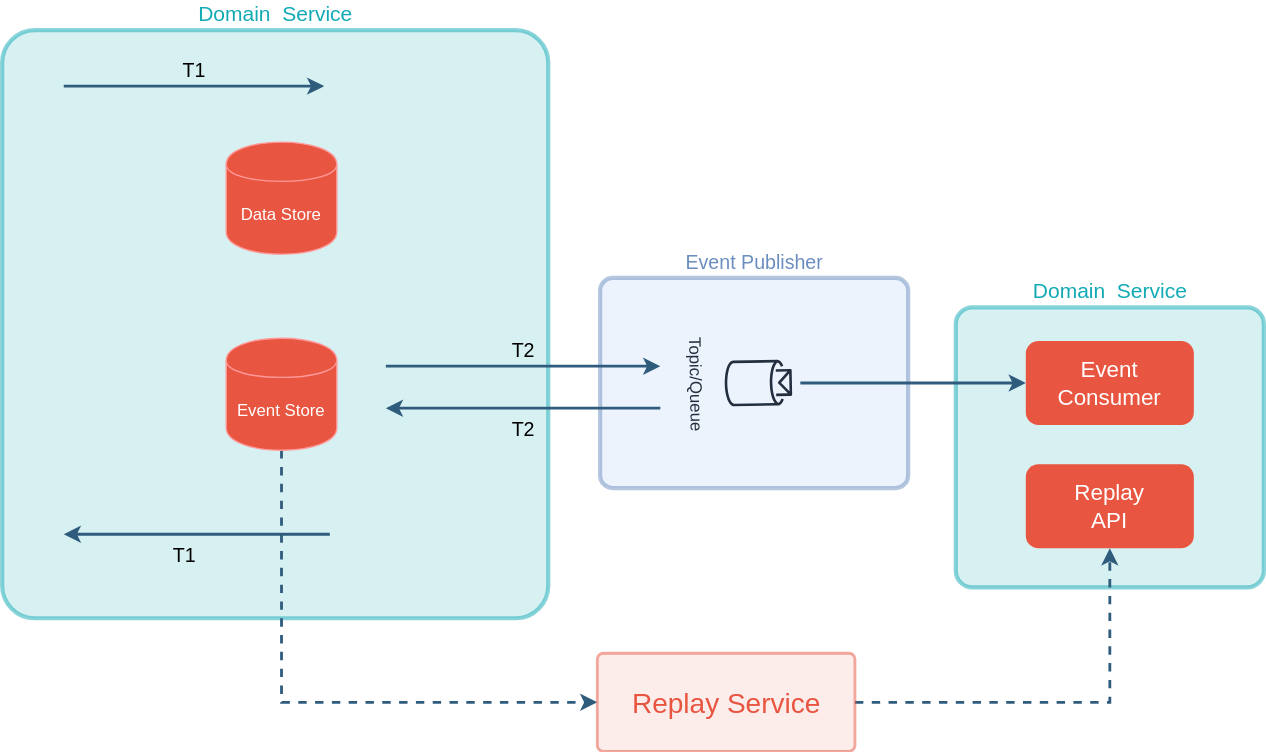
Before: event-publish-patterns/event-store-and-publishing.svg, a diagram exported from draw.io (jinternals/architecture-design). Source tidied: cells renumbered, new cells last; positions are measured from the earlier drawing's top-left corner, leaving out a move shared by most shapes. Source of this version:
```xml
<mxGraphModel>
  <root>
    <mxCell id="0" />
    <mxCell id="1" parent="0" />
    <mxCell id="2" value="&lt;font style=&quot;font-size: 14px&quot; color=&quot;#6c8ebf&quot;&gt;Event Publisher&lt;/font&gt;" style="rounded=1;fillColor=#DAE8FC;strokeWidth=3;html=1;strokeColor=#6C8EBF;arcSize=6;opacity=50;labelPosition=center;verticalLabelPosition=top;align=center;verticalAlign=bottom;" parent="1" vertex="1">
      <mxGeometry x="427" y="177" width="220" height="150" as="geometry" />
    </mxCell>
    <mxCell id="3" value="&lt;font style=&quot;font-size: 15px&quot; color=&quot;#12aab5&quot;&gt;Domain&amp;nbsp; Service&lt;/font&gt;" style="rounded=1;fillColor=#B0E3E6;strokeWidth=3;html=1;arcSize=6;opacity=50;verticalAlign=bottom;strokeColor=#12AAB5;labelPosition=center;verticalLabelPosition=top;align=center;" parent="1" vertex="1">
      <mxGeometry x="681" y="198" width="220" height="200" as="geometry" />
    </mxCell>
    <mxCell id="4" value="&lt;font style=&quot;font-size: 15px&quot; color=&quot;#12aab5&quot;&gt;Domain&amp;nbsp; Service&lt;/font&gt;" style="rounded=1;fillColor=#B0E3E6;strokeWidth=3;html=1;arcSize=6;opacity=50;verticalAlign=bottom;strokeColor=#12AAB5;labelPosition=center;verticalLabelPosition=top;align=center;" parent="1" vertex="1">
      <mxGeometry width="390" height="420" as="geometry" />
    </mxCell>
    <mxCell id="5" value="T1" style="endArrow=classic;html=1;align=center;strokeWidth=2;labelBackgroundColor=none;labelPosition=center;verticalLabelPosition=top;verticalAlign=bottom;fontSize=14;strokeColor=#2F5B7C;" parent="1" edge="1">
      <mxGeometry relative="1" as="geometry">
        <mxPoint x="44" y="40" as="sourcePoint" />
        <mxPoint x="230" y="40" as="targetPoint" />
      </mxGeometry>
    </mxCell>
    <mxCell id="6" style="endArrow=classic;html=1;align=center;strokeWidth=2;strokeColor=#2F5B7C;labelPosition=center;verticalLabelPosition=bottom;verticalAlign=top;labelBackgroundColor=none;fontSize=19;" parent="1" edge="1">
      <mxGeometry relative="1" as="geometry">
        <mxPoint x="234" y="360" as="sourcePoint" />
        <mxPoint x="44" y="360" as="targetPoint" />
      </mxGeometry>
    </mxCell>
    <mxCell id="7" value="T1" style="edgeLabel;html=1;align=center;verticalAlign=top;fontSize=14;fontColor=#000000;labelPosition=center;verticalLabelPosition=bottom;labelBackgroundColor=none;" parent="6" vertex="1">
      <mxGeometry x="-0.08" relative="1" as="geometry">
        <mxPoint x="-17" as="offset" />
      </mxGeometry>
    </mxCell>
    <mxCell id="8" style="edgeStyle=orthogonalEdgeStyle;rounded=0;jettySize=auto;html=1;exitX=0.5;exitY=1;exitDx=0;exitDy=0;entryX=0.5;entryY=1;entryDx=0;entryDy=0;startArrow=none;startFill=0;endArrow=classic;endFill=1;strokeWidth=2;dashed=1;strokeColor=#2F5B7C;" parent="1" edge="1" source="11" target="15">
      <mxGeometry relative="1" as="geometry">
        <Array as="points">
          <mxPoint x="200" y="480" />
          <mxPoint x="353" y="480" />
        </Array>
      </mxGeometry>
    </mxCell>
    <mxCell id="9" value="Topic/Queue&lt;br&gt;" style="fontColor=#232F3E;gradientColor=none;strokeColor=#232F3E;dashed=0;verticalLabelPosition=bottom;verticalAlign=top;align=center;html=1;fontSize=12;fontStyle=0;shape=mxgraph.aws4.resourceIcon;resIcon=mxgraph.aws4.topic_2;rotation=89;labelPosition=center;fillColor=none;" parent="1" vertex="1">
      <mxGeometry x="510" y="222" width="60" height="60" as="geometry" />
    </mxCell>
    <mxCell id="10" value="&lt;font color=&quot;#ffffff&quot;&gt;&lt;span style=&quot;font-size: 16px&quot;&gt;Event Consumer&lt;/span&gt;&lt;/font&gt;" style="rounded=1;whiteSpace=wrap;html=1;strokeWidth=2;fillColor=#E85642;strokeColor=none;" parent="1" vertex="1">
      <mxGeometry x="731" y="222" width="120" height="60" as="geometry" />
    </mxCell>
    <mxCell id="11" value="&lt;font color=&quot;#ffffff&quot;&gt;Event Store&lt;/font&gt;" style="shape=cylinder;whiteSpace=wrap;html=1;boundedLbl=1;backgroundOutline=1;strokeColor=#FF9999;fillColor=#E85642;" parent="1" vertex="1">
      <mxGeometry x="160" y="220" width="79" height="80" as="geometry" />
    </mxCell>
    <mxCell id="12" value="&lt;font color=&quot;#ffffff&quot;&gt;Data Store&lt;/font&gt;" style="shape=cylinder;whiteSpace=wrap;html=1;boundedLbl=1;backgroundOutline=1;strokeColor=#FF9999;fillColor=#E85642;" parent="1" vertex="1">
      <mxGeometry x="160" y="80" width="79" height="80" as="geometry" />
    </mxCell>
    <mxCell id="13" value="&lt;font color=&quot;#ffffff&quot;&gt;&lt;span style=&quot;font-size: 16px&quot;&gt;Replay &lt;br&gt;API&lt;/span&gt;&lt;/font&gt;" style="rounded=1;whiteSpace=wrap;html=1;strokeWidth=2;fillColor=#E85642;strokeColor=none;" parent="1" vertex="1">
      <mxGeometry x="731" y="310" width="120" height="60" as="geometry" />
    </mxCell>
    <mxCell id="14" style="edgeStyle=orthogonalEdgeStyle;rounded=0;jettySize=auto;html=1;exitX=0.5;exitY=0;exitDx=0;exitDy=0;entryX=0.5;entryY=1;entryDx=0;entryDy=0;dashed=1;labelBackgroundColor=none;fontSize=14;fontColor=#000000;strokeColor=#2F5B7C;strokeWidth=2;" parent="1" edge="1" source="15" target="13">
      <mxGeometry relative="1" as="geometry" />
    </mxCell>
    <mxCell id="15" value="&lt;font color=&quot;#e85642&quot; style=&quot;font-size: 20px&quot;&gt;Replay Service&lt;/font&gt;" style="rounded=1;fillColor=#fad9d5;strokeWidth=2;html=1;strokeColor=#E85642;arcSize=6;opacity=50;verticalAlign=middle;horizontal=0;fontSize=20;rotation=90;" parent="1" vertex="1">
      <mxGeometry x="482" y="388" width="70" height="184" as="geometry" />
    </mxCell>
    <mxCell id="16" style="edgeStyle=orthogonalEdgeStyle;rounded=0;jettySize=auto;html=1;exitX=0;exitY=0.5;exitDx=0;exitDy=0;startArrow=classic;startFill=1;endArrow=none;endFill=0;strokeWidth=2;strokeColor=#2F5B7C;" parent="1" edge="1" source="10">
      <mxGeometry relative="1" as="geometry">
        <mxPoint x="570" y="252" as="targetPoint" />
      </mxGeometry>
    </mxCell>
    <mxCell id="17" value="T2" style="endArrow=none;html=1;startArrow=classic;startFill=1;endFill=0;align=center;strokeWidth=2;strokeColor=#2F5B7C;labelPosition=center;verticalLabelPosition=bottom;verticalAlign=top;labelBackgroundColor=none;fontSize=14;" parent="1" edge="1">
      <mxGeometry relative="1" as="geometry">
        <mxPoint x="274" y="270" as="sourcePoint" />
        <mxPoint x="470" y="270" as="targetPoint" />
      </mxGeometry>
    </mxCell>
    <mxCell id="18" value="T2" style="endArrow=classic;html=1;align=center;strokeWidth=2;strokeColor=#2F5B7C;labelBackgroundColor=none;labelPosition=center;verticalLabelPosition=top;verticalAlign=bottom;fontSize=14;" parent="1" edge="1">
      <mxGeometry relative="1" as="geometry">
        <mxPoint x="274" y="240" as="sourcePoint" />
        <mxPoint x="470" y="240" as="targetPoint" />
      </mxGeometry>
    </mxCell>
  </root>
</mxGraphModel>
```
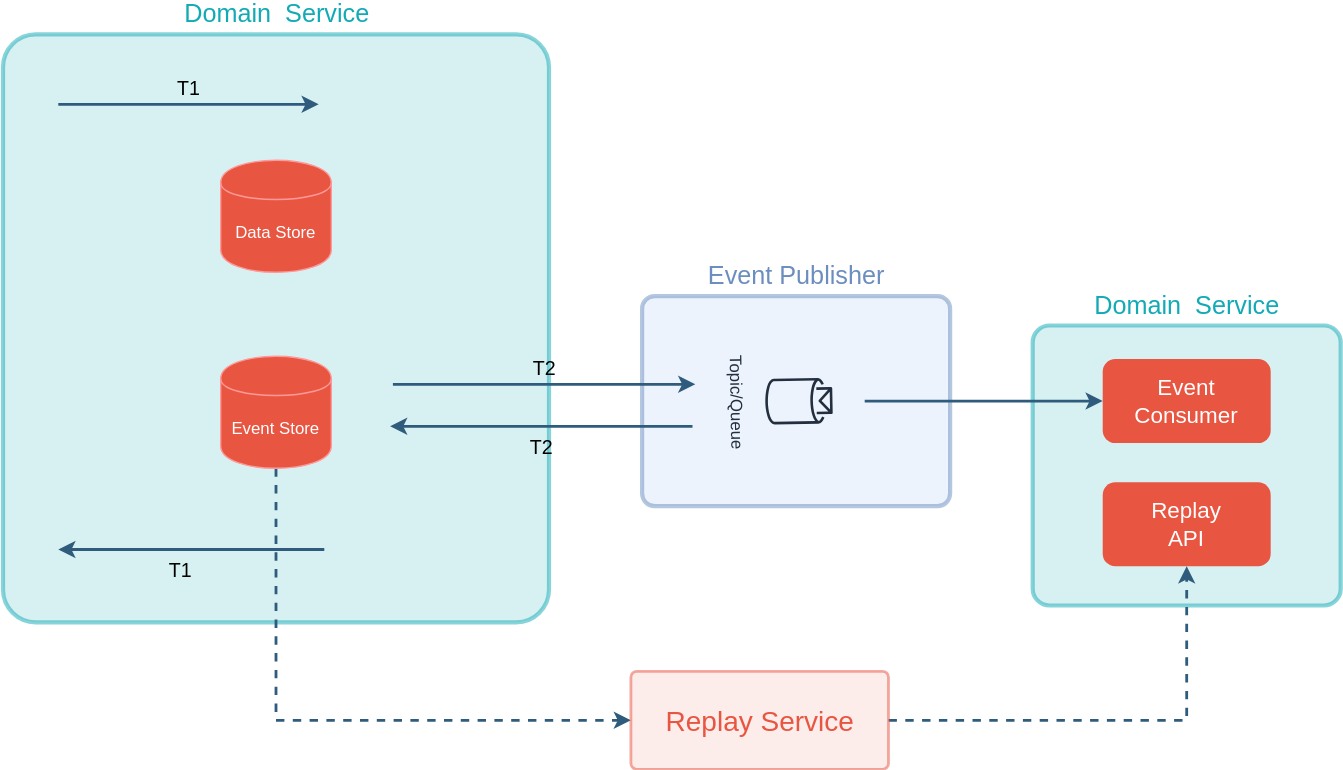
After the commit.

Change to the diagram source:
```diff
@@ -2,14 +2,14 @@
   <root>
     <mxCell id="0" />
     <mxCell id="1" parent="0" />
-    <mxCell id="2" value="&lt;font style=&quot;font-size: 14px&quot; color=&quot;#6c8ebf&quot;&gt;Event Publisher&lt;/font&gt;" style="rounded=1;fillColor=#DAE8FC;strokeWidth=3;html=1;strokeColor=#6C8EBF;arcSize=6;opacity=50;labelPosition=center;verticalLabelPosition=top;align=center;verticalAlign=bottom;" parent="1" vertex="1">
-      <mxGeometry x="427" y="177" width="220" height="150" as="geometry" />
+    <mxCell id="2" value="&lt;font style=&quot;font-size: 18px;&quot; color=&quot;#6c8ebf&quot;&gt;Event Publisher&lt;/font&gt;" style="rounded=1;fillColor=#DAE8FC;strokeWidth=3;html=1;strokeColor=#6C8EBF;arcSize=6;opacity=50;labelPosition=center;verticalLabelPosition=top;align=center;verticalAlign=bottom;fontSize=18;" parent="1" vertex="1">
+      <mxGeometry x="461" y="177" width="220" height="150" as="geometry" />
     </mxCell>
-    <mxCell id="3" value="&lt;font style=&quot;font-size: 15px&quot; color=&quot;#12aab5&quot;&gt;Domain&amp;nbsp; Service&lt;/font&gt;" style="rounded=1;fillColor=#B0E3E6;strokeWidth=3;html=1;arcSize=6;opacity=50;verticalAlign=bottom;strokeColor=#12AAB5;labelPosition=center;verticalLabelPosition=top;align=center;" parent="1" vertex="1">
-      <mxGeometry x="681" y="198" width="220" height="200" as="geometry" />
+    <mxCell id="3" value="&lt;font style=&quot;font-size: 18px;&quot; color=&quot;#12aab5&quot;&gt;Domain&amp;nbsp; Service&lt;/font&gt;" style="rounded=1;fillColor=#B0E3E6;strokeWidth=3;html=1;arcSize=6;opacity=50;verticalAlign=bottom;strokeColor=#12AAB5;labelPosition=center;verticalLabelPosition=top;align=center;fontSize=18;" parent="1" vertex="1">
+      <mxGeometry x="740" y="198" width="220" height="200" as="geometry" />
     </mxCell>
-    <mxCell id="4" value="&lt;font style=&quot;font-size: 15px&quot; color=&quot;#12aab5&quot;&gt;Domain&amp;nbsp; Service&lt;/font&gt;" style="rounded=1;fillColor=#B0E3E6;strokeWidth=3;html=1;arcSize=6;opacity=50;verticalAlign=bottom;strokeColor=#12AAB5;labelPosition=center;verticalLabelPosition=top;align=center;" parent="1" vertex="1">
-      <mxGeometry width="390" height="420" as="geometry" />
+    <mxCell id="4" value="&lt;font style=&quot;font-size: 18px;&quot; color=&quot;#12aab5&quot;&gt;Domain&amp;nbsp; Service&lt;/font&gt;" style="rounded=1;fillColor=#B0E3E6;strokeWidth=3;html=1;arcSize=6;opacity=50;verticalAlign=bottom;strokeColor=#12AAB5;labelPosition=center;verticalLabelPosition=top;align=center;fontSize=18;" parent="1" vertex="1">
+      <mxGeometry x="4.5" y="-10" width="390" height="420" as="geometry" />
     </mxCell>
     <mxCell id="5" value="T1" style="endArrow=classic;html=1;align=center;strokeWidth=2;labelBackgroundColor=none;labelPosition=center;verticalLabelPosition=top;verticalAlign=bottom;fontSize=14;strokeColor=#2F5B7C;" parent="1" edge="1">
       <mxGeometry relative="1" as="geometry">
@@ -19,8 +19,8 @@
     </mxCell>
     <mxCell id="6" style="endArrow=classic;html=1;align=center;strokeWidth=2;strokeColor=#2F5B7C;labelPosition=center;verticalLabelPosition=bottom;verticalAlign=top;labelBackgroundColor=none;fontSize=19;" parent="1" edge="1">
       <mxGeometry relative="1" as="geometry">
-        <mxPoint x="234" y="360" as="sourcePoint" />
-        <mxPoint x="44" y="360" as="targetPoint" />
+        <mxPoint x="234" y="358" as="sourcePoint" />
+        <mxPoint x="44" y="358" as="targetPoint" />
       </mxGeometry>
     </mxCell>
     <mxCell id="7" value="T1" style="edgeLabel;html=1;align=center;verticalAlign=top;fontSize=14;fontColor=#000000;labelPosition=center;verticalLabelPosition=bottom;labelBackgroundColor=none;" parent="6" vertex="1">
@@ -37,10 +37,10 @@
       </mxGeometry>
     </mxCell>
     <mxCell id="9" value="Topic/Queue&lt;br&gt;" style="fontColor=#232F3E;gradientColor=none;strokeColor=#232F3E;dashed=0;verticalLabelPosition=bottom;verticalAlign=top;align=center;html=1;fontSize=12;fontStyle=0;shape=mxgraph.aws4.resourceIcon;resIcon=mxgraph.aws4.topic_2;rotation=89;labelPosition=center;fillColor=none;" parent="1" vertex="1">
-      <mxGeometry x="510" y="222" width="60" height="60" as="geometry" />
+      <mxGeometry x="543" y="222" width="60" height="60" as="geometry" />
     </mxCell>
     <mxCell id="10" value="&lt;font color=&quot;#ffffff&quot;&gt;&lt;span style=&quot;font-size: 16px&quot;&gt;Event Consumer&lt;/span&gt;&lt;/font&gt;" style="rounded=1;whiteSpace=wrap;html=1;strokeWidth=2;fillColor=#E85642;strokeColor=none;" parent="1" vertex="1">
-      <mxGeometry x="731" y="222" width="120" height="60" as="geometry" />
+      <mxGeometry x="790" y="222" width="120" height="60" as="geometry" />
     </mxCell>
     <mxCell id="11" value="&lt;font color=&quot;#ffffff&quot;&gt;Event Store&lt;/font&gt;" style="shape=cylinder;whiteSpace=wrap;html=1;boundedLbl=1;backgroundOutline=1;strokeColor=#FF9999;fillColor=#E85642;" parent="1" vertex="1">
       <mxGeometry x="160" y="220" width="79" height="80" as="geometry" />
@@ -49,29 +49,29 @@
       <mxGeometry x="160" y="80" width="79" height="80" as="geometry" />
     </mxCell>
     <mxCell id="13" value="&lt;font color=&quot;#ffffff&quot;&gt;&lt;span style=&quot;font-size: 16px&quot;&gt;Replay &lt;br&gt;API&lt;/span&gt;&lt;/font&gt;" style="rounded=1;whiteSpace=wrap;html=1;strokeWidth=2;fillColor=#E85642;strokeColor=none;" parent="1" vertex="1">
-      <mxGeometry x="731" y="310" width="120" height="60" as="geometry" />
+      <mxGeometry x="790" y="310" width="120" height="60" as="geometry" />
     </mxCell>
     <mxCell id="14" style="edgeStyle=orthogonalEdgeStyle;rounded=0;jettySize=auto;html=1;exitX=0.5;exitY=0;exitDx=0;exitDy=0;entryX=0.5;entryY=1;entryDx=0;entryDy=0;dashed=1;labelBackgroundColor=none;fontSize=14;fontColor=#000000;strokeColor=#2F5B7C;strokeWidth=2;" parent="1" edge="1" source="15" target="13">
       <mxGeometry relative="1" as="geometry" />
     </mxCell>
     <mxCell id="15" value="&lt;font color=&quot;#e85642&quot; style=&quot;font-size: 20px&quot;&gt;Replay Service&lt;/font&gt;" style="rounded=1;fillColor=#fad9d5;strokeWidth=2;html=1;strokeColor=#E85642;arcSize=6;opacity=50;verticalAlign=middle;horizontal=0;fontSize=20;rotation=90;" parent="1" vertex="1">
-      <mxGeometry x="482" y="388" width="70" height="184" as="geometry" />
+      <mxGeometry x="510" y="388" width="70" height="184" as="geometry" />
     </mxCell>
     <mxCell id="16" style="edgeStyle=orthogonalEdgeStyle;rounded=0;jettySize=auto;html=1;exitX=0;exitY=0.5;exitDx=0;exitDy=0;startArrow=classic;startFill=1;endArrow=none;endFill=0;strokeWidth=2;strokeColor=#2F5B7C;" parent="1" edge="1" source="10">
       <mxGeometry relative="1" as="geometry">
-        <mxPoint x="570" y="252" as="targetPoint" />
+        <mxPoint x="620" y="252" as="targetPoint" />
       </mxGeometry>
     </mxCell>
     <mxCell id="17" value="T2" style="endArrow=none;html=1;startArrow=classic;startFill=1;endFill=0;align=center;strokeWidth=2;strokeColor=#2F5B7C;labelPosition=center;verticalLabelPosition=bottom;verticalAlign=top;labelBackgroundColor=none;fontSize=14;" parent="1" edge="1">
       <mxGeometry relative="1" as="geometry">
-        <mxPoint x="274" y="270" as="sourcePoint" />
-        <mxPoint x="470" y="270" as="targetPoint" />
+        <mxPoint x="281" y="270" as="sourcePoint" />
+        <mxPoint x="497" y="270" as="targetPoint" />
       </mxGeometry>
     </mxCell>
     <mxCell id="18" value="T2" style="endArrow=classic;html=1;align=center;strokeWidth=2;strokeColor=#2F5B7C;labelBackgroundColor=none;labelPosition=center;verticalLabelPosition=top;verticalAlign=bottom;fontSize=14;" parent="1" edge="1">
       <mxGeometry relative="1" as="geometry">
-        <mxPoint x="274" y="240" as="sourcePoint" />
-        <mxPoint x="470" y="240" as="targetPoint" />
+        <mxPoint x="283" y="240" as="sourcePoint" />
+        <mxPoint x="499" y="240" as="targetPoint" />
       </mxGeometry>
     </mxCell>
   </root>
```
